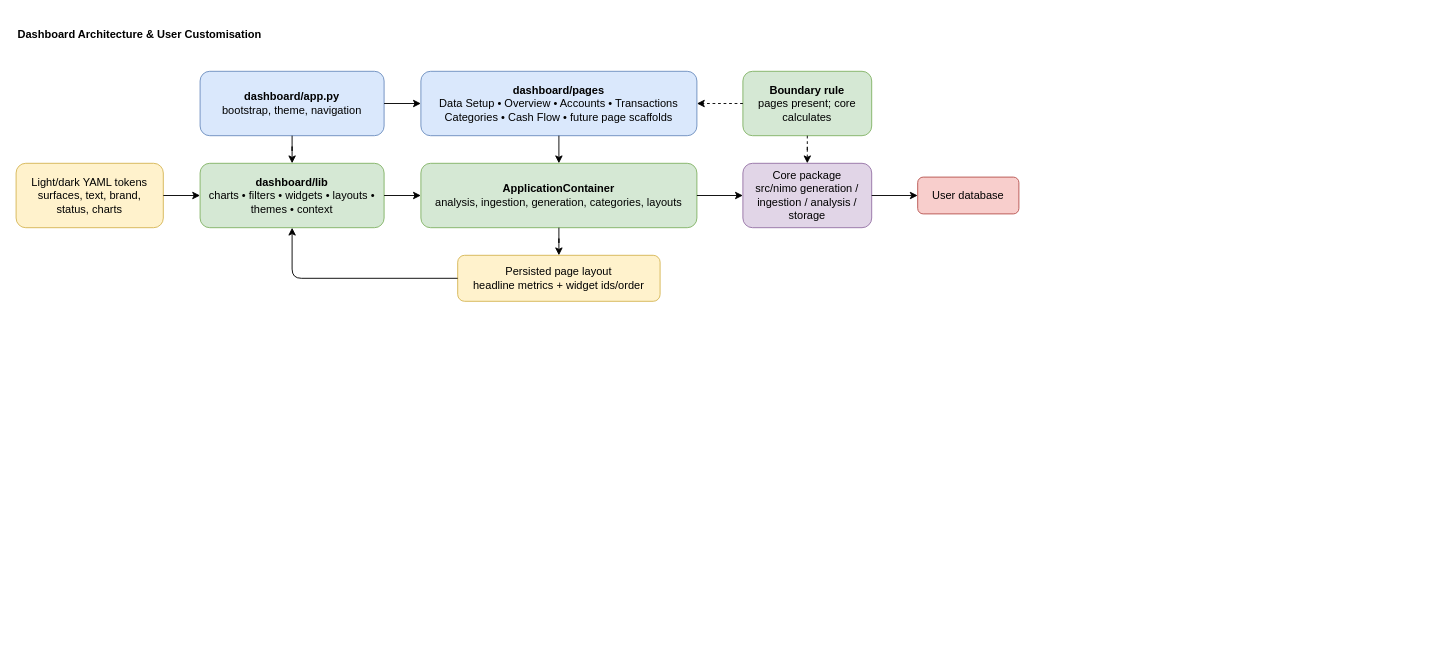
Earlier version of the draw.io diagram architecture/dashboard_architecture.drawio (SamGr64/Project-NIMO). Source tidied: cells renumbered, new cells numbered last; positions are measured from the earlier drawing's top-left corner, leaving out a move shared by most shapes. Both pictures are drawn from the tidied source at 92%, with x=0, y=0 at pixel (16, 16).
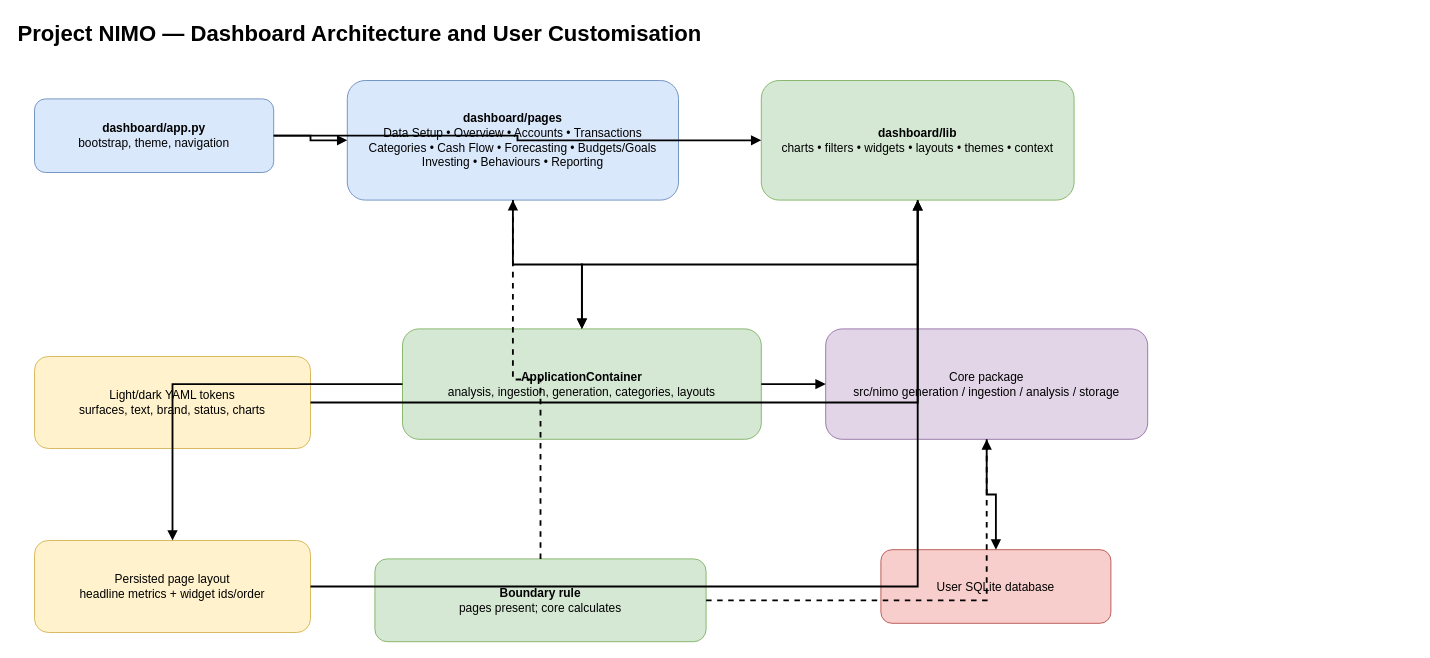
The same page after the edit.

The edit, as a diff of the source:
```diff
@@
-    <mxCell id="2" value="&lt;b&gt;Dashboard Architecture &amp;amp; User Customisation&lt;/b&gt;" style="text;html=1;strokeColor=none;fillColor=none;align=left;verticalAlign=middle;whiteSpace=wrap;rounded=0;fontSize=12;fontStyle=1;" parent="1" vertex="1">
-      <mxGeometry width="340" height="40" as="geometry" />
+    <mxCell id="2" value="&lt;b&gt;Project NIMO — Dashboard Architecture and User Customisation&lt;/b&gt;" style="text;html=1;strokeColor=none;fillColor=none;align=left;verticalAlign=middle;whiteSpace=wrap;rounded=0;fontSize=24;fontStyle=1;" parent="1" vertex="1">
+      <mxGeometry width="1520" height="40" as="geometry" />
     </mxCell>
-    <mxCell id="3" value="&lt;b&gt;dashboard/app.py&lt;/b&gt;&lt;br&gt;bootstrap, theme, navigation" style="rounded=1;whiteSpace=wrap;html=1;fillColor=#DAE8FC;strokeColor=#6C8EBF;fontSize=12;fontFamily=Helvetica;align=center;verticalAlign=middle;spacing=8;" parent="1" vertex="1">
-      <mxGeometry x="200" y="60" width="200" height="70" as="geometry" />
+    <mxCell id="3" value="&lt;b&gt;dashboard/app.py&lt;/b&gt;&lt;br&gt;bootstrap, theme, navigation" style="rounded=1;whiteSpace=wrap;html=1;fillColor=#DAE8FC;strokeColor=#6C8EBF;fontSize=13;fontFamily=Helvetica;align=center;verticalAlign=middle;spacing=8;" parent="1" vertex="1">
+      <mxGeometry x="20" y="90" width="260" height="80" as="geometry" />
     </mxCell>
-    <mxCell id="4" value="&lt;b&gt;dashboard/pages&lt;/b&gt;&lt;br&gt;Data Setup • Overview • Accounts • Transactions&lt;br&gt;Categories • Cash Flow • future page scaffolds" style="rounded=1;whiteSpace=wrap;html=1;fillColor=#DAE8FC;strokeColor=#6C8EBF;fontSize=12;fontFamily=Helvetica;align=center;verticalAlign=middle;spacing=8;" parent="1" vertex="1">
-      <mxGeometry x="440" y="60" width="300" height="70" as="geometry" />
+    <mxCell id="4" value="&lt;b&gt;dashboard/pages&lt;/b&gt;&lt;br&gt;Data Setup • Overview • Accounts • Transactions&lt;br&gt;Categories • Cash Flow • Forecasting • Budgets/Goals&lt;br&gt;Investing • Behaviours • Reporting" style="rounded=1;whiteSpace=wrap;html=1;fillColor=#DAE8FC;strokeColor=#6C8EBF;fontSize=13;fontFamily=Helvetica;align=center;verticalAlign=middle;spacing=8;" parent="1" vertex="1">
+      <mxGeometry x="360" y="70" width="360" height="130" as="geometry" />
     </mxCell>
-    <mxCell id="5" value="&lt;b&gt;dashboard/lib&lt;/b&gt;&lt;br&gt;charts • filters • widgets • layouts • themes • context" style="rounded=1;whiteSpace=wrap;html=1;fillColor=#D5E8D4;strokeColor=#82B366;fontSize=12;fontFamily=Helvetica;align=center;verticalAlign=middle;spacing=8;" parent="1" vertex="1">
-      <mxGeometry x="200" y="160" width="200" height="70" as="geometry" />
+    <mxCell id="5" value="&lt;b&gt;dashboard/lib&lt;/b&gt;&lt;br&gt;charts • filters • widgets • layouts • themes • context" style="rounded=1;whiteSpace=wrap;html=1;fillColor=#D5E8D4;strokeColor=#82B366;fontSize=13;fontFamily=Helvetica;align=center;verticalAlign=middle;spacing=8;" parent="1" vertex="1">
+      <mxGeometry x="810" y="70" width="340" height="130" as="geometry" />
     </mxCell>
-    <mxCell id="6" value="&lt;b&gt;ApplicationContainer&lt;/b&gt;&lt;br&gt;analysis, ingestion, generation, categories, layouts" style="rounded=1;whiteSpace=wrap;html=1;fillColor=#D5E8D4;strokeColor=#82B366;fontSize=12;fontFamily=Helvetica;align=center;verticalAlign=middle;spacing=8;" parent="1" vertex="1">
-      <mxGeometry x="440" y="160" width="300" height="70" as="geometry" />
+    <mxCell id="6" value="&lt;b&gt;ApplicationContainer&lt;/b&gt;&lt;br&gt;analysis, ingestion, generation, categories, layouts" style="rounded=1;whiteSpace=wrap;html=1;fillColor=#D5E8D4;strokeColor=#82B366;fontSize=13;fontFamily=Helvetica;align=center;verticalAlign=middle;spacing=8;" parent="1" vertex="1">
+      <mxGeometry x="420" y="340" width="390" height="120" as="geometry" />
     </mxCell>
-    <mxCell id="7" value="Core package&lt;br&gt;src/nimo generation / ingestion / analysis / storage" style="rounded=1;whiteSpace=wrap;html=1;fillColor=#E1D5E7;strokeColor=#9673A6;fontSize=12;fontFamily=Helvetica;align=center;verticalAlign=middle;spacing=8;" parent="1" vertex="1">
-      <mxGeometry x="790" y="160" width="140" height="70" as="geometry" />
+    <mxCell id="7" value="Core package&lt;br&gt;src/nimo generation / ingestion / analysis / storage" style="rounded=1;whiteSpace=wrap;html=1;fillColor=#E1D5E7;strokeColor=#9673A6;fontSize=13;fontFamily=Helvetica;align=center;verticalAlign=middle;spacing=8;" parent="1" vertex="1">
+      <mxGeometry x="880" y="340" width="350" height="120" as="geometry" />
     </mxCell>
-    <mxCell id="8" value="User database" style="rounded=1;whiteSpace=wrap;html=1;fillColor=#F8CECC;strokeColor=#B85450;fontSize=12;fontFamily=Helvetica;align=center;verticalAlign=middle;spacing=8;" parent="1" vertex="1">
-      <mxGeometry x="980" y="175" width="110" height="40" as="geometry" />
+    <mxCell id="8" value="User SQLite database" style="rounded=1;whiteSpace=wrap;html=1;fillColor=#F8CECC;strokeColor=#B85450;fontSize=13;fontFamily=Helvetica;align=center;verticalAlign=middle;spacing=8;" parent="1" vertex="1">
+      <mxGeometry x="940" y="580" width="250" height="80" as="geometry" />
     </mxCell>
-    <mxCell id="9" value="Light/dark YAML tokens&lt;br&gt;surfaces, text, brand, status, charts" style="rounded=1;whiteSpace=wrap;html=1;fillColor=#FFF2CC;strokeColor=#D6B656;fontSize=12;fontFamily=Helvetica;align=center;verticalAlign=middle;spacing=8;" parent="1" vertex="1">
-      <mxGeometry y="160" width="160" height="70" as="geometry" />
+    <mxCell id="9" value="Light/dark YAML tokens&lt;br&gt;surfaces, text, brand, status, charts" style="rounded=1;whiteSpace=wrap;html=1;fillColor=#FFF2CC;strokeColor=#D6B656;fontSize=13;fontFamily=Helvetica;align=center;verticalAlign=middle;spacing=8;" parent="1" vertex="1">
+      <mxGeometry x="20" y="370" width="300" height="100" as="geometry" />
     </mxCell>
-    <mxCell id="10" value="Persisted page layout&lt;br&gt;headline metrics + widget ids/order" style="rounded=1;whiteSpace=wrap;html=1;fillColor=#FFF2CC;strokeColor=#D6B656;fontSize=12;fontFamily=Helvetica;align=center;verticalAlign=middle;spacing=8;" parent="1" vertex="1">
-      <mxGeometry x="480" y="260" width="220" height="50" as="geometry" />
+    <mxCell id="10" value="Persisted page layout&lt;br&gt;headline metrics + widget ids/order" style="rounded=1;whiteSpace=wrap;html=1;fillColor=#FFF2CC;strokeColor=#D6B656;fontSize=13;fontFamily=Helvetica;align=center;verticalAlign=middle;spacing=8;" parent="1" vertex="1">
+      <mxGeometry x="20" y="570" width="300" height="100" as="geometry" />
     </mxCell>
-    <mxCell id="11" value="&lt;b&gt;Boundary rule&lt;/b&gt;&lt;br&gt;pages present; core calculates" style="rounded=1;whiteSpace=wrap;html=1;fillColor=#D5E8D4;strokeColor=#82B366;fontSize=12;fontFamily=Helvetica;align=center;verticalAlign=middle;spacing=8;" parent="1" vertex="1">
-      <mxGeometry x="790" y="60" width="140" height="70" as="geometry" />
+    <mxCell id="11" value="&lt;b&gt;Boundary rule&lt;/b&gt;&lt;br&gt;pages present; core calculates" style="rounded=1;whiteSpace=wrap;html=1;fillColor=#D5E8D4;strokeColor=#82B366;fontSize=13;fontFamily=Helvetica;align=center;verticalAlign=middle;spacing=8;" parent="1" vertex="1">
+      <mxGeometry x="390" y="590" width="360" height="90" as="geometry" />
     </mxCell>
-    <mxCell id="12" style="edgeStyle=orthogonalEdgeStyle;rounded=1;jettySize=auto;html=1;endArrow=classic;endFill=1;strokeWidth=1;fontSize=12;curved=0;" parent="1" edge="1" source="3" target="4">
+    <mxCell id="12" style="edgeStyle=orthogonalEdgeStyle;rounded=0;jettySize=auto;html=1;endArrow=block;endFill=1;strokeWidth=2;" parent="1" edge="1" source="3" target="4">
       <mxGeometry relative="1" as="geometry" />
     </mxCell>
-    <mxCell id="13" style="edgeStyle=orthogonalEdgeStyle;rounded=1;jettySize=auto;html=1;endArrow=classic;endFill=1;strokeWidth=1;fontSize=12;curved=0;" parent="1" edge="1" source="3" target="5">
+    <mxCell id="13" style="edgeStyle=orthogonalEdgeStyle;rounded=0;jettySize=auto;html=1;endArrow=block;endFill=1;strokeWidth=2;" parent="1" edge="1" source="3" target="5">
       <mxGeometry relative="1" as="geometry" />
     </mxCell>
-    <mxCell id="14" style="edgeStyle=orthogonalEdgeStyle;rounded=1;jettySize=auto;html=1;endArrow=classic;endFill=1;strokeWidth=1;fontSize=12;curved=0;" parent="1" edge="1" source="4" target="6">
-      <mxGeometry relative="1" as="geometry">
-        <Array as="points">
-          <mxPoint x="560" y="200" />
-          <mxPoint x="560" y="200" />
-        </Array>
-      </mxGeometry>
+    <mxCell id="14" style="edgeStyle=orthogonalEdgeStyle;rounded=0;jettySize=auto;html=1;endArrow=block;endFill=1;strokeWidth=2;" parent="1" edge="1" source="4" target="6">
+      <mxGeometry relative="1" as="geometry" />
     </mxCell>
-    <mxCell id="15" style="edgeStyle=orthogonalEdgeStyle;rounded=1;jettySize=auto;html=1;endArrow=classic;endFill=1;strokeWidth=1;fontSize=12;curved=0;" parent="1" edge="1" source="5" target="6">
+    <mxCell id="15" style="edgeStyle=orthogonalEdgeStyle;rounded=0;jettySize=auto;html=1;endArrow=block;endFill=1;strokeWidth=2;" parent="1" edge="1" source="5" target="6">
       <mxGeometry relative="1" as="geometry" />
     </mxCell>
-    <mxCell id="16" style="edgeStyle=orthogonalEdgeStyle;rounded=1;jettySize=auto;html=1;endArrow=classic;endFill=1;strokeWidth=1;fontSize=12;curved=0;" parent="1" edge="1" source="6" target="7">
+    <mxCell id="16" style="edgeStyle=orthogonalEdgeStyle;rounded=0;jettySize=auto;html=1;endArrow=block;endFill=1;strokeWidth=2;" parent="1" edge="1" source="6" target="7">
       <mxGeometry relative="1" as="geometry" />
     </mxCell>
-    <mxCell id="17" style="edgeStyle=orthogonalEdgeStyle;rounded=1;jettySize=auto;html=1;endArrow=classic;endFill=1;strokeWidth=1;fontSize=12;curved=0;" parent="1" edge="1" source="7" target="8">
+    <mxCell id="17" style="edgeStyle=orthogonalEdgeStyle;rounded=0;jettySize=auto;html=1;endArrow=block;endFill=1;strokeWidth=2;" parent="1" edge="1" source="7" target="8">
       <mxGeometry relative="1" as="geometry" />
     </mxCell>
-    <mxCell id="18" style="edgeStyle=orthogonalEdgeStyle;rounded=1;jettySize=auto;html=1;endArrow=classic;endFill=1;strokeWidth=1;fontSize=12;curved=0;" parent="1" edge="1" source="9" target="5">
+    <mxCell id="18" style="edgeStyle=orthogonalEdgeStyle;rounded=0;jettySize=auto;html=1;endArrow=block;endFill=1;strokeWidth=2;" parent="1" edge="1" source="9" target="5">
       <mxGeometry relative="1" as="geometry" />
     </mxCell>
-    <mxCell id="19" style="edgeStyle=orthogonalEdgeStyle;rounded=1;jettySize=auto;html=1;endArrow=classic;endFill=1;strokeWidth=1;fontSize=12;curved=0;" parent="1" edge="1" source="10" target="5">
+    <mxCell id="19" style="edgeStyle=orthogonalEdgeStyle;rounded=0;jettySize=auto;html=1;endArrow=block;endFill=1;strokeWidth=2;" parent="1" edge="1" source="10" target="5">
       <mxGeometry relative="1" as="geometry" />
     </mxCell>
-    <mxCell id="20" style="edgeStyle=orthogonalEdgeStyle;rounded=1;jettySize=auto;html=1;endArrow=classic;endFill=1;strokeWidth=1;fontSize=12;curved=0;" parent="1" edge="1" source="6" target="10">
+    <mxCell id="20" style="edgeStyle=orthogonalEdgeStyle;rounded=0;jettySize=auto;html=1;endArrow=block;endFill=1;strokeWidth=2;" parent="1" edge="1" source="6" target="10">
       <mxGeometry relative="1" as="geometry" />
     </mxCell>
-    <mxCell id="21" style="edgeStyle=orthogonalEdgeStyle;rounded=1;jettySize=auto;html=1;endArrow=classic;endFill=1;strokeWidth=1;dashed=1;fontSize=12;curved=0;" parent="1" edge="1" source="11" target="4">
+    <mxCell id="21" style="edgeStyle=orthogonalEdgeStyle;rounded=0;jettySize=auto;html=1;endArrow=block;endFill=1;strokeWidth=2;dashed=1;" parent="1" edge="1" source="11" target="4">
       <mxGeometry relative="1" as="geometry" />
     </mxCell>
-    <mxCell id="22" style="edgeStyle=orthogonalEdgeStyle;rounded=1;jettySize=auto;html=1;endArrow=classic;endFill=1;strokeWidth=1;dashed=1;fontSize=12;curved=0;" parent="1" edge="1" source="11" target="7">
+    <mxCell id="22" style="edgeStyle=orthogonalEdgeStyle;rounded=0;jettySize=auto;html=1;endArrow=block;endFill=1;strokeWidth=2;dashed=1;" parent="1" edge="1" source="11" target="7">
       <mxGeometry relative="1" as="geometry" />
     </mxCell>
```
